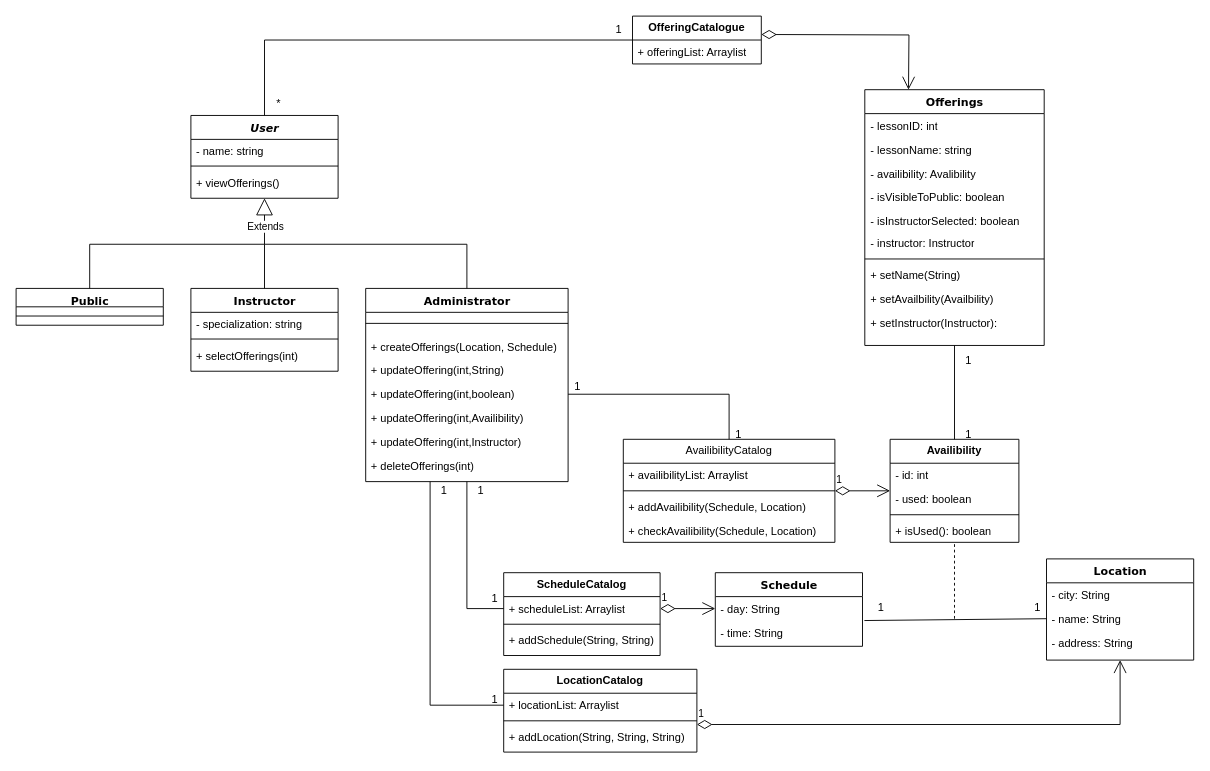
The draw.io diagram iteration 2/UML Class Diagram use case 1.drawio in codedsami/SOEN-342-Project, before the edit. Source tidied: cells renumbered, new cells numbered last; positions are measured from the earlier drawing's top-left corner, leaving out a move shared by most shapes. Both pictures are drawn from the tidied source at 92%, with x=0, y=0 at pixel (16, 16).
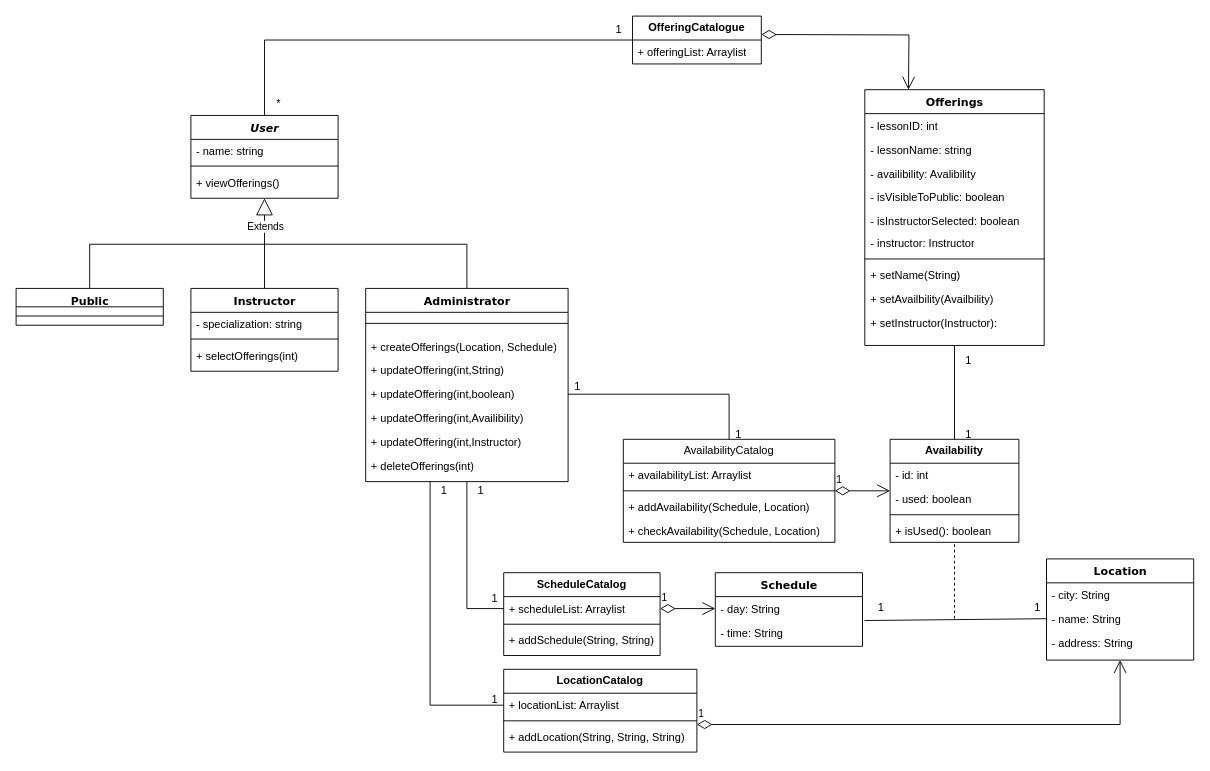
The same diagram, later.

Commit message (it also covers changes not shown here):
added interaction diagram

What changed in the source:
```diff
@@
-    <mxCell id="23" value="AvailibilityCatalog" style="swimlane;fontStyle=0;horizontal=1;startSize=26;fillColor=none;whiteSpace=wrap;html=1;" parent="1" vertex="1">
+    <mxCell id="23" value="AvailabilityCatalog" style="swimlane;fontStyle=0;horizontal=1;startSize=26;fillColor=none;whiteSpace=wrap;html=1;" parent="1" vertex="1">
       <mxGeometry x="660" y="460" width="230" height="112" as="geometry" />
     </mxCell>
-    <mxCell id="24" value="+ availibilityList: Arraylist" style="text;strokeColor=none;fillColor=none;align=left;verticalAlign=top;spacingLeft=4;spacingRight=4;overflow=hidden;whiteSpace=wrap;html=1;" parent="23" vertex="1">
+    <mxCell id="24" value="+ availabilityList: Arraylist" style="text;strokeColor=none;fillColor=none;align=left;verticalAlign=top;spacingLeft=4;spacingRight=4;overflow=hidden;whiteSpace=wrap;html=1;" parent="23" vertex="1">
       <mxGeometry y="26" width="230" height="26" as="geometry" />
     </mxCell>
@@
-    <mxCell id="26" value="+ addAvailibility(Schedule, Location)" style="text;strokeColor=none;fillColor=none;align=left;verticalAlign=top;spacingLeft=4;spacingRight=4;overflow=hidden;whiteSpace=wrap;html=1;" parent="23" vertex="1">
+    <mxCell id="26" value="+ addAvailability(Schedule, Location)" style="text;strokeColor=none;fillColor=none;align=left;verticalAlign=top;spacingLeft=4;spacingRight=4;overflow=hidden;whiteSpace=wrap;html=1;" parent="23" vertex="1">
       <mxGeometry y="60" width="230" height="26" as="geometry" />
     </mxCell>
-    <mxCell id="27" value="+ checkAvailibility(Schedule, Location)" style="text;strokeColor=none;fillColor=none;align=left;verticalAlign=top;spacingLeft=4;spacingRight=4;overflow=hidden;whiteSpace=wrap;html=1;" parent="23" vertex="1">
+    <mxCell id="27" value="+ checkAvailability(Schedule, Location)" style="text;strokeColor=none;fillColor=none;align=left;verticalAlign=top;spacingLeft=4;spacingRight=4;overflow=hidden;whiteSpace=wrap;html=1;" parent="23" vertex="1">
       <mxGeometry y="86" width="230" height="26" as="geometry" />
     </mxCell>
@@
-    <mxCell id="30" value="&lt;b&gt;Availibility&lt;/b&gt;" style="swimlane;fontStyle=0;horizontal=1;startSize=26;fillColor=none;whiteSpace=wrap;html=1;" parent="1" vertex="1">
+    <mxCell id="30" value="&lt;b&gt;Availability&lt;/b&gt;" style="swimlane;fontStyle=0;horizontal=1;startSize=26;fillColor=none;whiteSpace=wrap;html=1;" parent="1" vertex="1">
       <mxGeometry x="950" y="460" width="140" height="112" as="geometry" />
     </mxCell>
```
